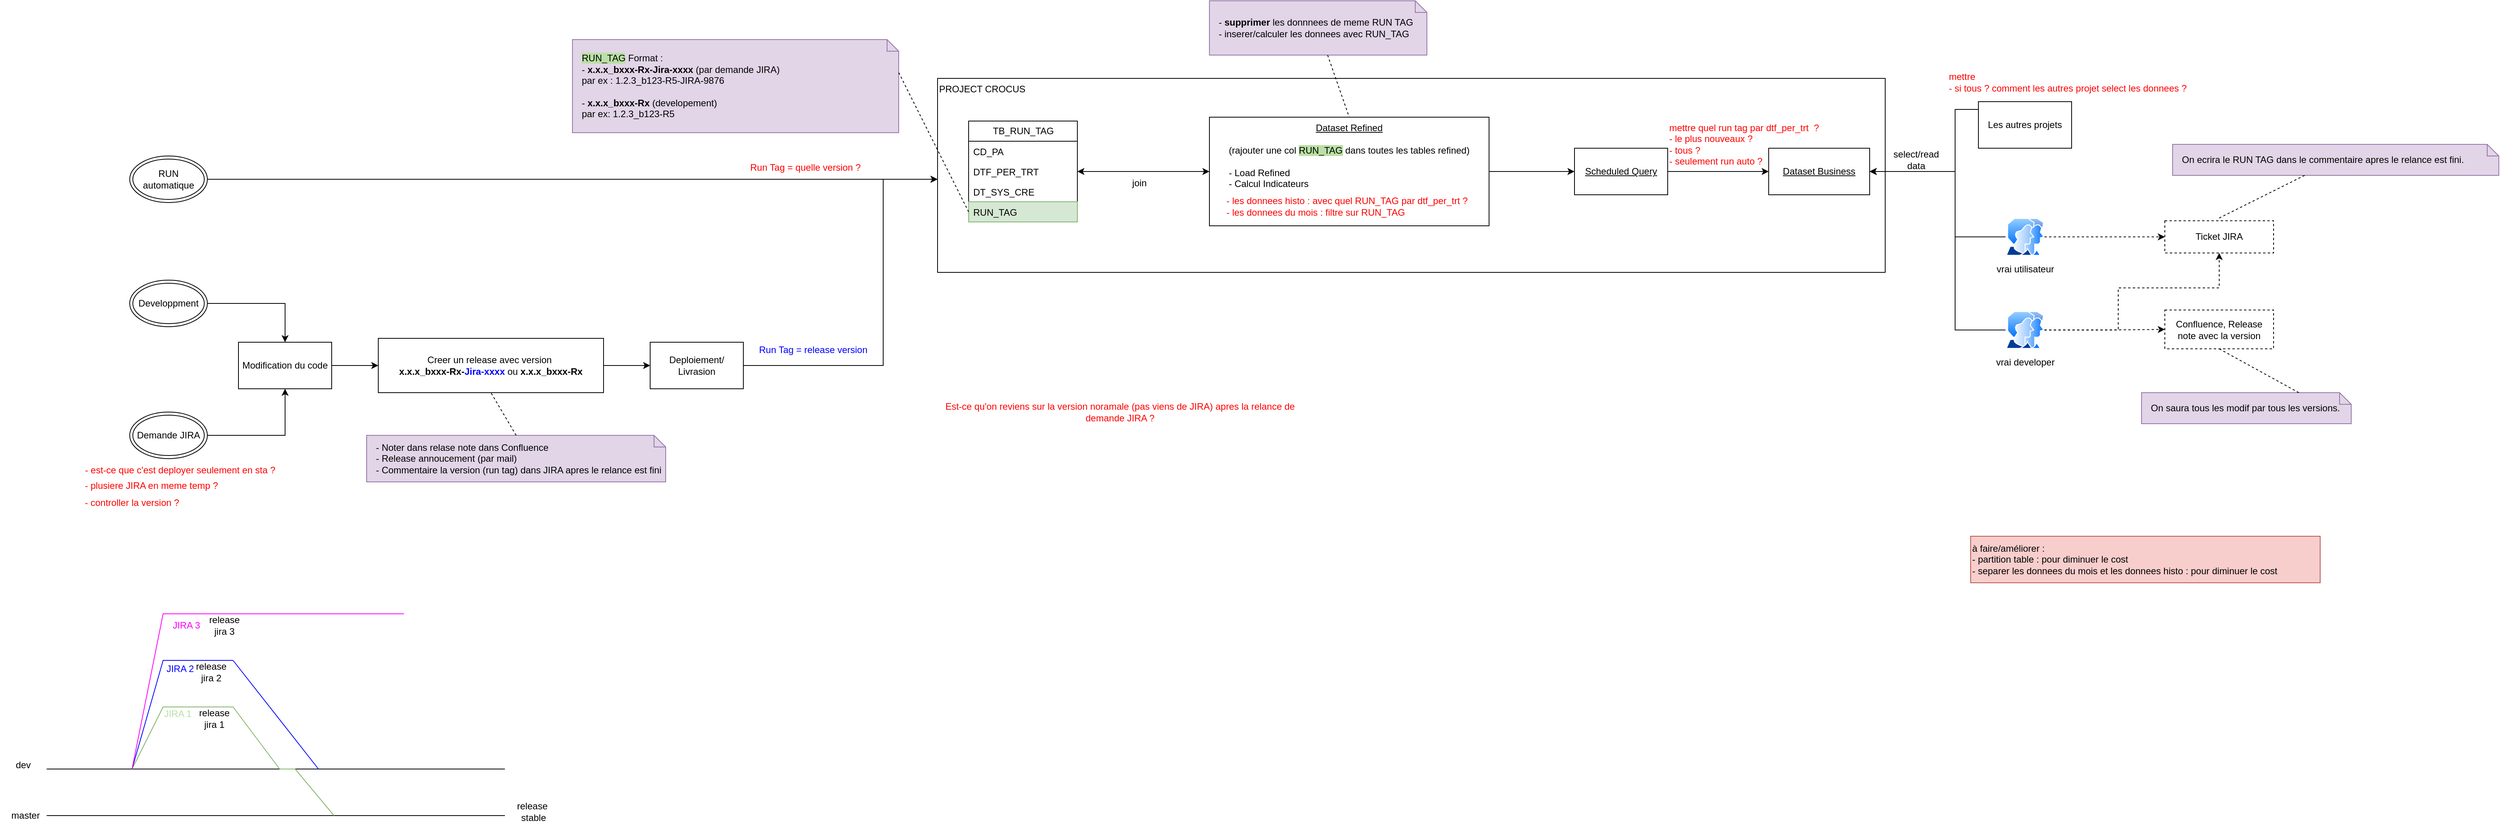
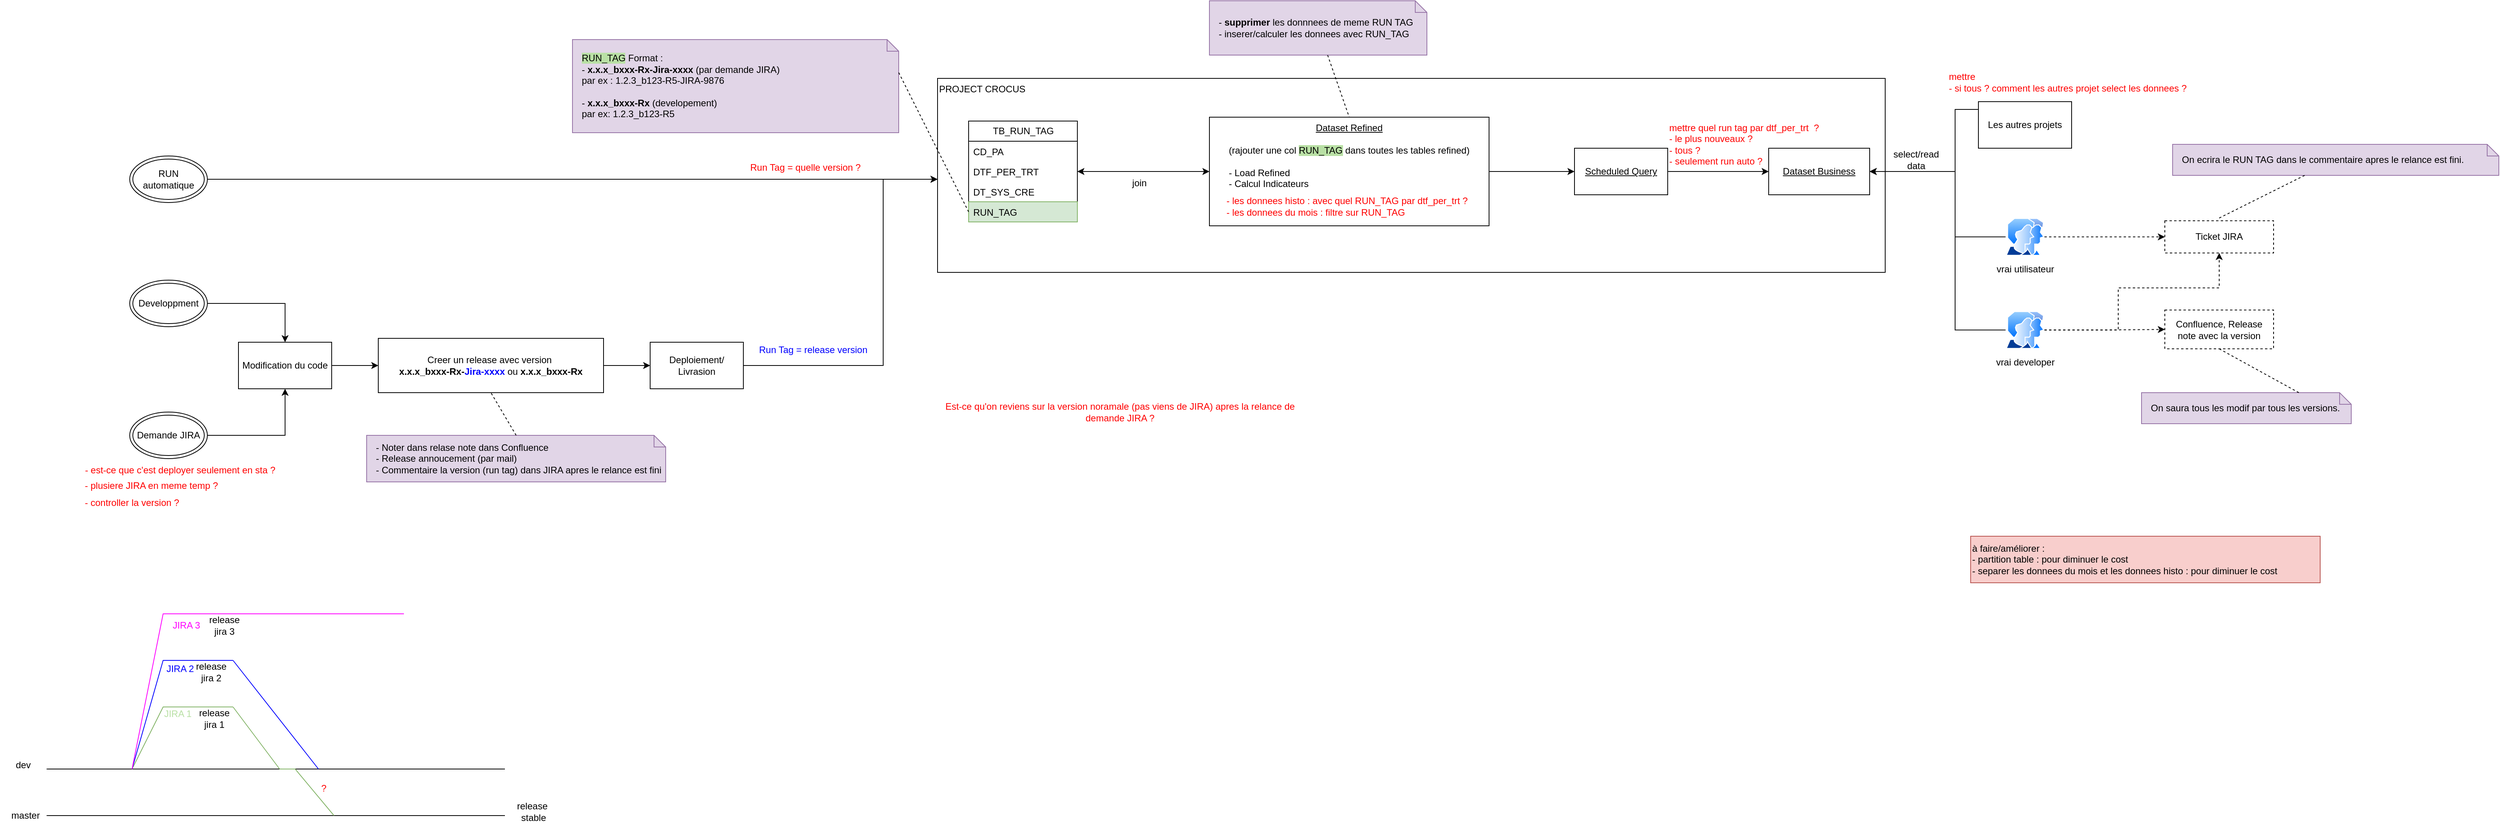
<mxfile host="app.diagrams.net">
  <diagram name="Page-1" id="bEAYSmEDHXBXhFzCy1HB">
    <mxGraphModel dx="2238" dy="763" grid="1" gridSize="10" guides="1" tooltips="1" connect="1" arrows="1" fold="1" page="1" pageScale="1" pageWidth="827" pageHeight="1169" math="0" shadow="0">
      <root>
        <mxCell id="0" />
        <mxCell id="1" parent="0" />
        <mxCell id="QUzsFoNl6aFI_2ed8XXq-13" parent="1" style="rounded=0;whiteSpace=wrap;html=1;align=left;verticalAlign=top;" value="PROJECT CROCUS" vertex="1">
          <mxGeometry height="250" width="1220" x="380" y="140" as="geometry" />
        </mxCell>
        <mxCell id="QUzsFoNl6aFI_2ed8XXq-1" parent="1" style="swimlane;fontStyle=0;childLayout=stackLayout;horizontal=1;startSize=26;fillColor=none;horizontalStack=0;resizeParent=1;resizeParentMax=0;resizeLast=0;collapsible=1;marginBottom=0;html=1;" value="TB_RUN_TAG" vertex="1">
          <mxGeometry height="130" width="140" x="420" y="195" as="geometry" />
        </mxCell>
        <mxCell id="QUzsFoNl6aFI_2ed8XXq-2" parent="QUzsFoNl6aFI_2ed8XXq-1" style="text;strokeColor=none;fillColor=none;align=left;verticalAlign=top;spacingLeft=4;spacingRight=4;overflow=hidden;rotatable=0;points=[[0,0.5],[1,0.5]];portConstraint=eastwest;whiteSpace=wrap;html=1;" value="CD_PA" vertex="1">
          <mxGeometry height="26" width="140" y="26" as="geometry" />
        </mxCell>
        <mxCell id="QUzsFoNl6aFI_2ed8XXq-3" parent="QUzsFoNl6aFI_2ed8XXq-1" style="text;strokeColor=none;fillColor=none;align=left;verticalAlign=top;spacingLeft=4;spacingRight=4;overflow=hidden;rotatable=0;points=[[0,0.5],[1,0.5]];portConstraint=eastwest;whiteSpace=wrap;html=1;" value="DTF_PER_TRT" vertex="1">
          <mxGeometry height="26" width="140" y="52" as="geometry" />
        </mxCell>
        <mxCell id="QUzsFoNl6aFI_2ed8XXq-4" parent="QUzsFoNl6aFI_2ed8XXq-1" style="text;strokeColor=none;fillColor=none;align=left;verticalAlign=top;spacingLeft=4;spacingRight=4;overflow=hidden;rotatable=0;points=[[0,0.5],[1,0.5]];portConstraint=eastwest;whiteSpace=wrap;html=1;" value="DT_SYS_CRE" vertex="1">
          <mxGeometry height="26" width="140" y="78" as="geometry" />
        </mxCell>
        <mxCell id="QUzsFoNl6aFI_2ed8XXq-5" parent="QUzsFoNl6aFI_2ed8XXq-1" style="text;strokeColor=#82b366;fillColor=#d5e8d4;align=left;verticalAlign=top;spacingLeft=4;spacingRight=4;overflow=hidden;rotatable=0;points=[[0,0.5],[1,0.5]];portConstraint=eastwest;whiteSpace=wrap;html=1;" value="RUN_TAG" vertex="1">
          <mxGeometry height="26" width="140" y="104" as="geometry" />
        </mxCell>
        <mxCell id="QUzsFoNl6aFI_2ed8XXq-7" parent="1" style="shape=note;size=15;align=left;spacingLeft=10;html=1;whiteSpace=wrap;fillColor=#e1d5e7;strokeColor=#9673a6;" value="&lt;span style=&quot;background-color: rgb(185, 224, 165);&quot;&gt;RUN_TAG&lt;/span&gt; Format :&amp;nbsp;&lt;div&gt;- &lt;b&gt;x.x.x_bxxx-Rx-Jira-xxxx&lt;/b&gt; (par demande JIRA)&amp;nbsp;&lt;/div&gt;&lt;div&gt;par ex : 1.2.3_b123-R5-JIRA-9876&lt;/div&gt;&lt;div&gt;&lt;br&gt;&lt;/div&gt;&lt;div&gt;-&lt;b&gt; x.x.x_bxxx-Rx&lt;/b&gt; (developement)&lt;/div&gt;&lt;div&gt;&lt;span style=&quot;background-color: transparent; color: light-dark(rgb(0, 0, 0), rgb(255, 255, 255));&quot;&gt;par ex: 1.2.3_b123-R5&lt;/span&gt;&lt;/div&gt;" vertex="1">
          <mxGeometry height="120" width="420" x="-90" y="90" as="geometry" />
        </mxCell>
        <mxCell id="QUzsFoNl6aFI_2ed8XXq-8" edge="1" parent="1" source="QUzsFoNl6aFI_2ed8XXq-7" style="edgeStyle=none;endArrow=none;exitX=0;exitY=0;dashed=1;html=1;rounded=0;entryX=0;entryY=0.5;entryDx=0;entryDy=0;exitDx=420;exitDy=42.5;exitPerimeter=0;" target="QUzsFoNl6aFI_2ed8XXq-5" value="">
          <mxGeometry relative="1" x="1" as="geometry">
            <mxPoint x="590" y="660" as="targetPoint" />
          </mxGeometry>
        </mxCell>
        <mxCell id="QUzsFoNl6aFI_2ed8XXq-10" parent="1" style="rounded=0;whiteSpace=wrap;html=1;dashed=1;" value="Confluence, Release note avec la v&lt;span style=&quot;background-color: transparent; color: light-dark(rgb(0, 0, 0), rgb(255, 255, 255));&quot;&gt;ersion&lt;/span&gt;" vertex="1">
          <mxGeometry height="50" width="140" x="1960" y="438.5" as="geometry" />
        </mxCell>
        <mxCell id="QUzsFoNl6aFI_2ed8XXq-11" parent="1" style="rounded=0;whiteSpace=wrap;html=1;dashed=1;" value="Ticket JIRA" vertex="1">
          <mxGeometry height="41.5" width="140" x="1960" y="323.5" as="geometry" />
        </mxCell>
        <mxCell id="QUzsFoNl6aFI_2ed8XXq-42" edge="1" parent="1" source="QUzsFoNl6aFI_2ed8XXq-12" style="edgeStyle=orthogonalEdgeStyle;rounded=0;orthogonalLoop=1;jettySize=auto;html=1;entryX=1;entryY=0.5;entryDx=0;entryDy=0;startArrow=classic;startFill=1;" target="QUzsFoNl6aFI_2ed8XXq-3">
          <mxGeometry relative="1" as="geometry" />
        </mxCell>
        <mxCell id="QUzsFoNl6aFI_2ed8XXq-50" edge="1" parent="1" source="QUzsFoNl6aFI_2ed8XXq-12" style="edgeStyle=orthogonalEdgeStyle;rounded=0;orthogonalLoop=1;jettySize=auto;html=1;" target="QUzsFoNl6aFI_2ed8XXq-46">
          <mxGeometry relative="1" as="geometry">
            <Array as="points" />
          </mxGeometry>
        </mxCell>
        <mxCell id="QUzsFoNl6aFI_2ed8XXq-12" parent="1" style="rounded=0;whiteSpace=wrap;html=1;verticalAlign=top;" value="&lt;u&gt;Dataset Refined&lt;/u&gt;&lt;div&gt;&lt;u&gt;&lt;br&gt;&lt;/u&gt;&lt;div&gt;(rajouter une col &lt;span style=&quot;background-color: rgb(185, 224, 165);&quot;&gt;RUN_TAG&lt;/span&gt;&lt;span&gt; &lt;/span&gt;dans toutes les tables refined)&lt;/div&gt;&lt;div&gt;&lt;br&gt;&lt;/div&gt;&lt;div style=&quot;text-align: left;&quot;&gt;- Load Refined&amp;nbsp; &amp;nbsp; &amp;nbsp; &amp;nbsp;&lt;/div&gt;&lt;div style=&quot;text-align: left;&quot;&gt;- Calcul Indicateurs&lt;/div&gt;&lt;/div&gt;" vertex="1">
          <mxGeometry height="140" width="360" x="730" y="190" as="geometry" />
        </mxCell>
        <mxCell id="QUzsFoNl6aFI_2ed8XXq-27" edge="1" parent="1" source="QUzsFoNl6aFI_2ed8XXq-33" style="edgeStyle=orthogonalEdgeStyle;rounded=0;orthogonalLoop=1;jettySize=auto;html=1;entryX=0.5;entryY=0;entryDx=0;entryDy=0;" target="QUzsFoNl6aFI_2ed8XXq-23">
          <mxGeometry relative="1" as="geometry">
            <mxPoint x="-760" y="325" as="sourcePoint" />
          </mxGeometry>
        </mxCell>
        <mxCell id="QUzsFoNl6aFI_2ed8XXq-29" edge="1" parent="1" source="QUzsFoNl6aFI_2ed8XXq-34" style="edgeStyle=orthogonalEdgeStyle;rounded=0;orthogonalLoop=1;jettySize=auto;html=1;entryX=0.5;entryY=1;entryDx=0;entryDy=0;" target="QUzsFoNl6aFI_2ed8XXq-23">
          <mxGeometry relative="1" as="geometry">
            <mxPoint x="-820" y="785" as="sourcePoint" />
          </mxGeometry>
        </mxCell>
        <mxCell id="QUzsFoNl6aFI_2ed8XXq-19" parent="1" style="text;html=1;whiteSpace=wrap;strokeColor=none;fillColor=none;align=center;verticalAlign=middle;rounded=0;fontColor=#0000FF;" value="&lt;font style=&quot;color: rgb(255, 0, 0);&quot;&gt;Run Tag = quelle version ?&lt;/font&gt;" vertex="1">
          <mxGeometry height="30" width="200" x="110" y="240" as="geometry" />
        </mxCell>
        <mxCell id="QUzsFoNl6aFI_2ed8XXq-28" edge="1" parent="1" source="QUzsFoNl6aFI_2ed8XXq-23" style="edgeStyle=orthogonalEdgeStyle;rounded=0;orthogonalLoop=1;jettySize=auto;html=1;" target="QUzsFoNl6aFI_2ed8XXq-25">
          <mxGeometry relative="1" as="geometry" />
        </mxCell>
        <mxCell id="QUzsFoNl6aFI_2ed8XXq-23" parent="1" style="rounded=0;whiteSpace=wrap;html=1;" value="Modification du code" vertex="1">
          <mxGeometry height="60" width="120" x="-520" y="480" as="geometry" />
        </mxCell>
        <mxCell id="QUzsFoNl6aFI_2ed8XXq-31" edge="1" parent="1" source="QUzsFoNl6aFI_2ed8XXq-24" style="edgeStyle=orthogonalEdgeStyle;rounded=0;orthogonalLoop=1;jettySize=auto;html=1;" target="QUzsFoNl6aFI_2ed8XXq-13">
          <mxGeometry relative="1" as="geometry">
            <Array as="points">
              <mxPoint x="310" y="510" />
              <mxPoint x="310" y="270" />
            </Array>
          </mxGeometry>
        </mxCell>
        <mxCell id="QUzsFoNl6aFI_2ed8XXq-24" parent="1" style="rounded=0;whiteSpace=wrap;html=1;" value="Deploiement/ Livrasion" vertex="1">
          <mxGeometry height="60" width="120" x="10" y="480" as="geometry" />
        </mxCell>
        <mxCell id="QUzsFoNl6aFI_2ed8XXq-30" edge="1" parent="1" source="QUzsFoNl6aFI_2ed8XXq-25" style="edgeStyle=orthogonalEdgeStyle;rounded=0;orthogonalLoop=1;jettySize=auto;html=1;entryX=0;entryY=0.5;entryDx=0;entryDy=0;" target="QUzsFoNl6aFI_2ed8XXq-24">
          <mxGeometry relative="1" as="geometry" />
        </mxCell>
        <mxCell id="QUzsFoNl6aFI_2ed8XXq-25" parent="1" style="rounded=0;whiteSpace=wrap;html=1;" value="Creer un release avec version&amp;nbsp;&lt;div&gt;&lt;span style=&quot;text-align: left;&quot;&gt;&lt;b&gt;x.x.x_bxxx-Rx-&lt;font style=&quot;color: rgb(0, 0, 255);&quot;&gt;Jira-xxxx&lt;/font&gt;&lt;/b&gt; ou&amp;nbsp;&lt;/span&gt;&lt;span style=&quot;text-align: left;&quot;&gt;&lt;b&gt;x.x.x_bxxx-Rx&lt;/b&gt;&lt;/span&gt;&lt;/div&gt;" vertex="1">
          <mxGeometry height="70" width="290" x="-340" y="475" as="geometry" />
        </mxCell>
        <mxCell id="QUzsFoNl6aFI_2ed8XXq-33" parent="1" style="ellipse;shape=doubleEllipse;whiteSpace=wrap;html=1;" value="Developpment" vertex="1">
          <mxGeometry height="60" width="100" x="-660" y="400" as="geometry" />
        </mxCell>
        <mxCell id="QUzsFoNl6aFI_2ed8XXq-34" parent="1" style="ellipse;shape=doubleEllipse;whiteSpace=wrap;html=1;" value="Demande JIRA" vertex="1">
          <mxGeometry height="60" width="100" x="-660" y="570" as="geometry" />
        </mxCell>
        <mxCell id="QUzsFoNl6aFI_2ed8XXq-36" edge="1" parent="1" source="QUzsFoNl6aFI_2ed8XXq-35" style="edgeStyle=orthogonalEdgeStyle;rounded=0;orthogonalLoop=1;jettySize=auto;html=1;" target="QUzsFoNl6aFI_2ed8XXq-13">
          <mxGeometry relative="1" as="geometry">
            <Array as="points">
              <mxPoint x="40" y="270" />
              <mxPoint x="40" y="270" />
            </Array>
          </mxGeometry>
        </mxCell>
        <mxCell id="QUzsFoNl6aFI_2ed8XXq-35" parent="1" style="ellipse;shape=doubleEllipse;whiteSpace=wrap;html=1;" value="RUN automatique" vertex="1">
          <mxGeometry height="60" width="100" x="-660" y="240" as="geometry" />
        </mxCell>
        <mxCell id="QUzsFoNl6aFI_2ed8XXq-37" parent="1" style="text;html=1;whiteSpace=wrap;strokeColor=none;fillColor=none;align=center;verticalAlign=middle;rounded=0;fontColor=#0000FF;" value="Run Tag = release version" vertex="1">
          <mxGeometry height="30" width="200" x="120" y="475" as="geometry" />
        </mxCell>
        <mxCell id="QUzsFoNl6aFI_2ed8XXq-38" parent="1" style="shape=note;size=15;align=left;spacingLeft=10;html=1;whiteSpace=wrap;fillColor=#e1d5e7;strokeColor=#9673a6;" value="- Noter dans relase note dans Confluence&lt;div&gt;- Release annoucement (par mail)&lt;/div&gt;&lt;div&gt;- Commentaire la version (run tag) dans JIRA apres le relance est fini&lt;/div&gt;" vertex="1">
          <mxGeometry height="60" width="385" x="-355" y="600" as="geometry" />
        </mxCell>
        <mxCell id="QUzsFoNl6aFI_2ed8XXq-39" edge="1" parent="1" source="QUzsFoNl6aFI_2ed8XXq-38" style="edgeStyle=none;endArrow=none;exitX=0.5;exitY=0;dashed=1;html=1;rounded=0;entryX=0.5;entryY=1;entryDx=0;entryDy=0;exitDx=0;exitDy=0;exitPerimeter=0;" target="QUzsFoNl6aFI_2ed8XXq-25" value="">
          <mxGeometry relative="1" x="1" as="geometry">
            <mxPoint x="710" y="660" as="sourcePoint" />
            <mxPoint x="762" y="510" as="targetPoint" />
          </mxGeometry>
        </mxCell>
        <mxCell id="QUzsFoNl6aFI_2ed8XXq-40" parent="1" style="shape=note;size=15;align=left;spacingLeft=10;html=1;whiteSpace=wrap;fillColor=#e1d5e7;strokeColor=#9673a6;" value="- &lt;b&gt;supprimer &lt;/b&gt;les donnnees de meme RUN TAG&lt;div&gt;- inserer/calculer les donnees avec RUN_TAG&lt;/div&gt;" vertex="1">
          <mxGeometry height="70" width="280" x="730" y="40" as="geometry" />
        </mxCell>
        <mxCell id="QUzsFoNl6aFI_2ed8XXq-41" edge="1" parent="1" source="QUzsFoNl6aFI_2ed8XXq-40" style="edgeStyle=none;endArrow=none;dashed=1;html=1;rounded=0;entryX=0.5;entryY=0;entryDx=0;entryDy=0;" target="QUzsFoNl6aFI_2ed8XXq-12" value="">
          <mxGeometry relative="1" x="1" as="geometry">
            <mxPoint x="720" y="650" as="sourcePoint" />
            <mxPoint x="772" y="500" as="targetPoint" />
          </mxGeometry>
        </mxCell>
        <mxCell id="QUzsFoNl6aFI_2ed8XXq-43" parent="1" style="text;html=1;whiteSpace=wrap;strokeColor=none;fillColor=none;align=left;verticalAlign=middle;rounded=0;" value="&lt;font style=&quot;color: rgb(255, 0, 0);&quot;&gt;- les donnees histo : avec quel RUN_TAG par dtf_per_trt ?&lt;/font&gt;&lt;div&gt;&lt;font style=&quot;color: rgb(255, 0, 0);&quot;&gt;- les donnees du mois : f&lt;/font&gt;&lt;span style=&quot;color: light-dark(rgb(255, 0, 0), rgb(255, 144, 144)); background-color: transparent;&quot;&gt;iltre sur RUN_TAG&lt;/span&gt;&lt;/div&gt;" vertex="1">
          <mxGeometry height="30" width="330" x="750" y="290" as="geometry" />
        </mxCell>
        <mxCell id="QUzsFoNl6aFI_2ed8XXq-45" parent="1" style="rounded=0;whiteSpace=wrap;html=1;" value="&lt;u&gt;Dataset Business&lt;/u&gt;" vertex="1">
          <mxGeometry height="60" width="130" x="1450" y="230" as="geometry" />
        </mxCell>
        <mxCell id="QUzsFoNl6aFI_2ed8XXq-48" edge="1" parent="1" source="QUzsFoNl6aFI_2ed8XXq-46" style="edgeStyle=orthogonalEdgeStyle;rounded=0;orthogonalLoop=1;jettySize=auto;html=1;" target="QUzsFoNl6aFI_2ed8XXq-45">
          <mxGeometry relative="1" as="geometry" />
        </mxCell>
        <mxCell id="QUzsFoNl6aFI_2ed8XXq-46" parent="1" style="rounded=0;whiteSpace=wrap;html=1;" value="&lt;u&gt;Scheduled Query&lt;/u&gt;" vertex="1">
          <mxGeometry height="60" width="120" x="1200" y="230" as="geometry" />
        </mxCell>
        <mxCell id="QUzsFoNl6aFI_2ed8XXq-51" parent="1" style="text;html=1;whiteSpace=wrap;strokeColor=none;fillColor=none;align=left;verticalAlign=middle;rounded=0;fontColor=#FF0000;" value="mettre quel run tag par dtf_per_trt&amp;nbsp;&amp;nbsp;?&amp;nbsp;&lt;div&gt;- le plus nouveaux ?&lt;/div&gt;&lt;div&gt;- tous ?&lt;/div&gt;&lt;div&gt;- seulement run auto ?&lt;/div&gt;" vertex="1">
          <mxGeometry height="30" width="370" x="1320" y="210" as="geometry" />
        </mxCell>
        <mxCell id="QUzsFoNl6aFI_2ed8XXq-59" edge="1" parent="1" source="QUzsFoNl6aFI_2ed8XXq-52" style="edgeStyle=orthogonalEdgeStyle;rounded=0;orthogonalLoop=1;jettySize=auto;html=1;entryX=1;entryY=0.5;entryDx=0;entryDy=0;" target="QUzsFoNl6aFI_2ed8XXq-45">
          <mxGeometry relative="1" as="geometry">
            <Array as="points">
              <mxPoint x="1690" y="180" />
              <mxPoint x="1690" y="260" />
            </Array>
          </mxGeometry>
        </mxCell>
        <mxCell id="QUzsFoNl6aFI_2ed8XXq-52" parent="1" style="rounded=0;whiteSpace=wrap;html=1;" value="Les autres projets" vertex="1">
          <mxGeometry height="60" width="120" x="1720" y="170" as="geometry" />
        </mxCell>
        <mxCell id="QUzsFoNl6aFI_2ed8XXq-58" edge="1" parent="1" source="QUzsFoNl6aFI_2ed8XXq-57" style="edgeStyle=orthogonalEdgeStyle;rounded=0;orthogonalLoop=1;jettySize=auto;html=1;entryX=1;entryY=0.5;entryDx=0;entryDy=0;" target="QUzsFoNl6aFI_2ed8XXq-45">
          <mxGeometry relative="1" as="geometry">
            <Array as="points">
              <mxPoint x="1690" y="344" />
              <mxPoint x="1690" y="260" />
            </Array>
          </mxGeometry>
        </mxCell>
        <mxCell id="QUzsFoNl6aFI_2ed8XXq-65" edge="1" parent="1" source="QUzsFoNl6aFI_2ed8XXq-57" style="edgeStyle=orthogonalEdgeStyle;rounded=0;orthogonalLoop=1;jettySize=auto;html=1;dashed=1;" target="QUzsFoNl6aFI_2ed8XXq-11">
          <mxGeometry relative="1" as="geometry" />
        </mxCell>
        <mxCell id="QUzsFoNl6aFI_2ed8XXq-57" parent="1" style="image;aspect=fixed;perimeter=ellipsePerimeter;html=1;align=center;shadow=0;dashed=0;spacingTop=3;image=img/lib/active_directory/user_accounts.svg;" value="vrai utilisateur" vertex="1">
          <mxGeometry height="48.5" width="50" x="1755" y="320" as="geometry" />
        </mxCell>
        <mxCell id="QUzsFoNl6aFI_2ed8XXq-60" parent="1" style="text;html=1;whiteSpace=wrap;strokeColor=none;fillColor=none;align=center;verticalAlign=middle;rounded=0;" value="select/read data" vertex="1">
          <mxGeometry height="30" width="60" x="1610" y="230" as="geometry" />
        </mxCell>
        <mxCell id="QUzsFoNl6aFI_2ed8XXq-63" edge="1" parent="1" source="QUzsFoNl6aFI_2ed8XXq-62" style="edgeStyle=orthogonalEdgeStyle;rounded=0;orthogonalLoop=1;jettySize=auto;html=1;entryX=1;entryY=0.5;entryDx=0;entryDy=0;" target="QUzsFoNl6aFI_2ed8XXq-45">
          <mxGeometry relative="1" as="geometry">
            <Array as="points">
              <mxPoint x="1690" y="464" />
              <mxPoint x="1690" y="260" />
            </Array>
          </mxGeometry>
        </mxCell>
        <mxCell id="QUzsFoNl6aFI_2ed8XXq-66" edge="1" parent="1" source="QUzsFoNl6aFI_2ed8XXq-62" style="edgeStyle=orthogonalEdgeStyle;rounded=0;orthogonalLoop=1;jettySize=auto;html=1;dashed=1;" target="QUzsFoNl6aFI_2ed8XXq-10">
          <mxGeometry relative="1" as="geometry" />
        </mxCell>
        <mxCell id="QUzsFoNl6aFI_2ed8XXq-68" edge="1" parent="1" source="QUzsFoNl6aFI_2ed8XXq-62" style="edgeStyle=orthogonalEdgeStyle;rounded=0;orthogonalLoop=1;jettySize=auto;html=1;entryX=0.5;entryY=1;entryDx=0;entryDy=0;dashed=1;" target="QUzsFoNl6aFI_2ed8XXq-11">
          <mxGeometry relative="1" as="geometry">
            <Array as="points">
              <mxPoint x="1900" y="464" />
              <mxPoint x="1900" y="410" />
              <mxPoint x="2030" y="410" />
            </Array>
          </mxGeometry>
        </mxCell>
        <mxCell id="QUzsFoNl6aFI_2ed8XXq-62" parent="1" style="image;aspect=fixed;perimeter=ellipsePerimeter;html=1;align=center;shadow=0;dashed=0;spacingTop=3;image=img/lib/active_directory/user_accounts.svg;" value="vrai developer" vertex="1">
          <mxGeometry height="48.5" width="50" x="1755" y="440" as="geometry" />
        </mxCell>
        <mxCell id="QUzsFoNl6aFI_2ed8XXq-69" parent="1" style="shape=note;size=15;align=left;spacingLeft=10;html=1;whiteSpace=wrap;fillColor=#e1d5e7;strokeColor=#9673a6;" value="On ecrira le RUN TAG dans le commentaire apres le relance est fini." vertex="1">
          <mxGeometry height="40" width="420" x="1970" y="225" as="geometry" />
        </mxCell>
        <mxCell id="QUzsFoNl6aFI_2ed8XXq-70" edge="1" parent="1" source="QUzsFoNl6aFI_2ed8XXq-69" style="edgeStyle=none;endArrow=none;dashed=1;html=1;rounded=0;" value="">
          <mxGeometry relative="1" x="1" as="geometry">
            <mxPoint x="970" y="210" as="sourcePoint" />
            <mxPoint x="2030" y="320" as="targetPoint" />
          </mxGeometry>
        </mxCell>
        <mxCell id="QUzsFoNl6aFI_2ed8XXq-71" parent="1" style="shape=note;size=15;align=left;spacingLeft=10;html=1;whiteSpace=wrap;fillColor=#e1d5e7;strokeColor=#9673a6;" value="On saura tous les modif par tous les versions." vertex="1">
          <mxGeometry height="40" width="270" x="1930" y="545" as="geometry" />
        </mxCell>
        <mxCell id="QUzsFoNl6aFI_2ed8XXq-72" edge="1" parent="1" source="QUzsFoNl6aFI_2ed8XXq-71" style="edgeStyle=none;endArrow=none;dashed=1;html=1;rounded=0;entryX=0.5;entryY=1;entryDx=0;entryDy=0;exitX=0;exitY=0;exitDx=202.5;exitDy=0;exitPerimeter=0;" target="QUzsFoNl6aFI_2ed8XXq-10" value="">
          <mxGeometry relative="1" x="1" as="geometry">
            <mxPoint x="2180" y="470" as="sourcePoint" />
            <mxPoint x="2070" y="525" as="targetPoint" />
          </mxGeometry>
        </mxCell>
        <mxCell id="QUzsFoNl6aFI_2ed8XXq-73" parent="1" style="text;html=1;whiteSpace=wrap;strokeColor=none;fillColor=none;align=left;verticalAlign=middle;rounded=0;fontColor=#FF0000;" value="mettre&amp;nbsp;&lt;div&gt;&lt;span style=&quot;background-color: transparent; color: light-dark(rgb(255, 0, 0), rgb(255, 144, 144));&quot;&gt;- si tous ? comment les autres projet select les donnees ?&lt;/span&gt;&lt;/div&gt;" vertex="1">
          <mxGeometry height="30" width="370" x="1680" y="130" as="geometry" />
        </mxCell>
        <mxCell id="QUzsFoNl6aFI_2ed8XXq-74" parent="1" style="rounded=0;whiteSpace=wrap;html=1;align=left;fillColor=#f8cecc;strokeColor=#b85450;" value="à faire/améliorer :&lt;div&gt;- partition table : pour diminuer le cost&lt;/div&gt;&lt;div&gt;- separer les donnees du mois et les donnees histo&amp;nbsp;&lt;span style=&quot;background-color: transparent; color: light-dark(rgb(0, 0, 0), rgb(255, 255, 255));&quot;&gt;: pour diminuer le cost&lt;/span&gt;&lt;/div&gt;" vertex="1">
          <mxGeometry height="60" width="450" x="1710" y="730" as="geometry" />
        </mxCell>
        <mxCell id="QUzsFoNl6aFI_2ed8XXq-76" parent="1" style="text;html=1;whiteSpace=wrap;strokeColor=none;fillColor=none;align=center;verticalAlign=middle;rounded=0;" value="join" vertex="1">
          <mxGeometry height="30" width="60" x="610" y="260" as="geometry" />
        </mxCell>
        <mxCell id="QUzsFoNl6aFI_2ed8XXq-77" parent="1" style="text;html=1;whiteSpace=wrap;strokeColor=none;fillColor=none;align=center;verticalAlign=middle;rounded=0;fontColor=#FF0000;" value="Est-ce qu&#39;on reviens sur la version noramale (pas viens de JIRA) apres la relance de demande JIRA ?" vertex="1">
          <mxGeometry height="30" width="470" x="380" y="555" as="geometry" />
        </mxCell>
        <mxCell id="QUzsFoNl6aFI_2ed8XXq-78" parent="1" style="text;html=1;whiteSpace=wrap;strokeColor=none;fillColor=none;align=center;verticalAlign=middle;rounded=0;fontColor=#FF0000;" value="- est-ce que c&#39;est deployer seulement en sta ?" vertex="1">
          <mxGeometry height="30" width="290" x="-740" y="630" as="geometry" />
        </mxCell>
        <mxCell id="QUzsFoNl6aFI_2ed8XXq-79" parent="1" style="text;html=1;whiteSpace=wrap;strokeColor=none;fillColor=none;align=center;verticalAlign=middle;rounded=0;fontColor=#FF0000;" value="- plusiere JIRA en meme temp ?" vertex="1">
          <mxGeometry height="30" width="290" x="-777" y="650" as="geometry" />
        </mxCell>
        <mxCell id="QUzsFoNl6aFI_2ed8XXq-80" parent="1" style="text;html=1;whiteSpace=wrap;strokeColor=none;fillColor=none;align=center;verticalAlign=middle;rounded=0;fontColor=#FF0000;" value="- controller la version ?" vertex="1">
          <mxGeometry height="30" width="290" x="-802" y="672" as="geometry" />
        </mxCell>
        <mxCell id="QUzsFoNl6aFI_2ed8XXq-81" edge="1" parent="1" style="endArrow=none;html=1;rounded=0;" value="">
          <mxGeometry height="50" relative="1" width="50" as="geometry">
            <mxPoint x="-767" y="1030" as="sourcePoint" />
            <mxPoint x="-177" y="1030" as="targetPoint" />
          </mxGeometry>
        </mxCell>
        <mxCell id="QUzsFoNl6aFI_2ed8XXq-83" edge="1" parent="1" style="endArrow=none;html=1;rounded=0;fillColor=#d5e8d4;strokeColor=#82b366;" value="">
          <mxGeometry height="50" relative="1" width="50" as="geometry">
            <Array as="points">
              <mxPoint x="-617" y="950" />
            </Array>
            <mxPoint x="-657" y="1030" as="sourcePoint" />
            <mxPoint x="-527" y="950" as="targetPoint" />
          </mxGeometry>
        </mxCell>
        <mxCell id="QUzsFoNl6aFI_2ed8XXq-84" parent="1" style="text;html=1;whiteSpace=wrap;strokeColor=none;fillColor=none;align=center;verticalAlign=middle;rounded=0;" value="dev" vertex="1">
          <mxGeometry height="30" width="60" x="-827" y="1010" as="geometry" />
        </mxCell>
        <mxCell id="QUzsFoNl6aFI_2ed8XXq-85" edge="1" parent="1" style="endArrow=none;html=1;rounded=0;strokeColor=#0000FF;" value="">
          <mxGeometry height="50" relative="1" width="50" as="geometry">
            <Array as="points">
              <mxPoint x="-617" y="890" />
            </Array>
            <mxPoint x="-657" y="1030" as="sourcePoint" />
            <mxPoint x="-527" y="890" as="targetPoint" />
          </mxGeometry>
        </mxCell>
        <mxCell id="QUzsFoNl6aFI_2ed8XXq-86" edge="1" parent="1" style="endArrow=none;html=1;rounded=0;strokeColor=#FF00FF;" value="">
          <mxGeometry height="50" relative="1" width="50" as="geometry">
            <Array as="points">
              <mxPoint x="-617" y="830" />
            </Array>
            <mxPoint x="-657" y="1030" as="sourcePoint" />
            <mxPoint x="-307" y="830" as="targetPoint" />
          </mxGeometry>
        </mxCell>
        <mxCell id="QUzsFoNl6aFI_2ed8XXq-87" parent="1" style="text;html=1;whiteSpace=wrap;strokeColor=none;fillColor=none;align=center;verticalAlign=middle;rounded=0;fontColor=#B9E0A5;" value="JIRA 1" vertex="1">
          <mxGeometry height="30" width="60" x="-628" y="944" as="geometry" />
        </mxCell>
        <mxCell id="QUzsFoNl6aFI_2ed8XXq-88" parent="1" style="text;html=1;whiteSpace=wrap;strokeColor=none;fillColor=none;align=center;verticalAlign=middle;rounded=0;fontColor=#0000FF;" value="JIRA 2" vertex="1">
          <mxGeometry height="30" width="60" x="-625" y="886" as="geometry" />
        </mxCell>
        <mxCell id="QUzsFoNl6aFI_2ed8XXq-89" parent="1" style="text;html=1;whiteSpace=wrap;strokeColor=none;fillColor=none;align=center;verticalAlign=middle;rounded=0;fontColor=#FF00FF;" value="JIRA 3" vertex="1">
          <mxGeometry height="30" width="60" x="-617" y="830" as="geometry" />
        </mxCell>
        <mxCell id="QUzsFoNl6aFI_2ed8XXq-90" edge="1" parent="1" style="endArrow=none;html=1;rounded=0;" value="">
          <mxGeometry height="50" relative="1" width="50" as="geometry">
            <mxPoint x="-767" y="1090" as="sourcePoint" />
            <mxPoint x="-177" y="1090" as="targetPoint" />
          </mxGeometry>
        </mxCell>
        <mxCell id="QUzsFoNl6aFI_2ed8XXq-91" parent="1" style="text;html=1;whiteSpace=wrap;strokeColor=none;fillColor=none;align=center;verticalAlign=middle;rounded=0;" value="master" vertex="1">
          <mxGeometry height="30" width="60" x="-824" y="1075" as="geometry" />
        </mxCell>
        <mxCell id="QUzsFoNl6aFI_2ed8XXq-92" edge="1" parent="1" style="endArrow=none;html=1;rounded=0;fillColor=#d5e8d4;strokeColor=#82b366;" value="">
          <mxGeometry height="50" relative="1" width="50" as="geometry">
            <mxPoint x="-527" y="950" as="sourcePoint" />
            <mxPoint x="-467" y="1030" as="targetPoint" />
          </mxGeometry>
        </mxCell>
        <mxCell id="QUzsFoNl6aFI_2ed8XXq-94" edge="1" parent="1" style="endArrow=none;html=1;rounded=0;strokeColor=#0000FF;" value="">
          <mxGeometry height="50" relative="1" width="50" as="geometry">
            <mxPoint x="-527" y="890" as="sourcePoint" />
            <mxPoint x="-417" y="1030" as="targetPoint" />
          </mxGeometry>
        </mxCell>
        <mxCell id="QUzsFoNl6aFI_2ed8XXq-95" edge="1" parent="1" style="endArrow=none;html=1;rounded=0;fillColor=#d5e8d4;strokeColor=#82b366;" value="">
          <mxGeometry height="50" relative="1" width="50" as="geometry">
            <mxPoint x="-447" y="1030" as="sourcePoint" />
            <mxPoint x="-397" y="1090" as="targetPoint" />
          </mxGeometry>
        </mxCell>
        <mxCell id="QUzsFoNl6aFI_2ed8XXq-96" edge="1" parent="1" style="endArrow=none;html=1;rounded=0;fillColor=#d5e8d4;strokeColor=#82b366;" value="">
          <mxGeometry height="50" relative="1" width="50" as="geometry">
            <mxPoint x="-467" y="1030" as="sourcePoint" />
            <mxPoint x="-447" y="1030" as="targetPoint" />
          </mxGeometry>
        </mxCell>
        <mxCell id="QUzsFoNl6aFI_2ed8XXq-98" parent="1" style="text;html=1;whiteSpace=wrap;strokeColor=none;fillColor=none;align=center;verticalAlign=middle;rounded=0;" value="release jira 2" vertex="1">
          <mxGeometry height="30" width="60" x="-585" y="890" as="geometry" />
        </mxCell>
        <mxCell id="QUzsFoNl6aFI_2ed8XXq-99" parent="1" style="text;html=1;whiteSpace=wrap;strokeColor=none;fillColor=none;align=center;verticalAlign=middle;rounded=0;" value="release jira 1" vertex="1">
          <mxGeometry height="30" width="60" x="-581" y="950" as="geometry" />
        </mxCell>
        <mxCell id="QUzsFoNl6aFI_2ed8XXq-100" parent="1" style="text;html=1;whiteSpace=wrap;strokeColor=none;fillColor=none;align=center;verticalAlign=middle;rounded=0;" value="release jira 3" vertex="1">
          <mxGeometry height="30" width="60" x="-568" y="830" as="geometry" />
        </mxCell>
        <mxCell id="QUzsFoNl6aFI_2ed8XXq-101" parent="1" style="text;html=1;whiteSpace=wrap;strokeColor=none;fillColor=none;align=center;verticalAlign=middle;rounded=0;" value="release&amp;nbsp; stable" vertex="1">
          <mxGeometry height="30" width="60" x="-170" y="1070" as="geometry" />
        </mxCell>
+         <mxCell id="QUzsFoNl6aFI_2ed8XXq-103" parent="1" style="text;html=1;whiteSpace=wrap;strokeColor=none;fillColor=none;align=center;verticalAlign=middle;rounded=0;fontColor=#FF0000;" value="?" vertex="1">
+           <mxGeometry height="30" width="60" x="-440" y="1040" as="geometry" />
+         </mxCell>
      </root>
    </mxGraphModel>
  </diagram>
</mxfile>
